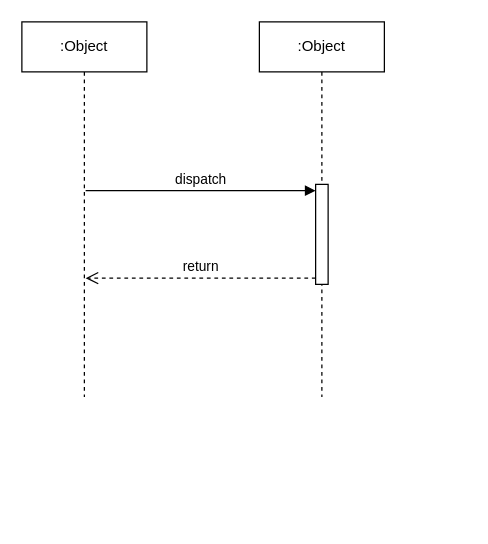
Above: test.drawio in adiligentpiggy/study (draw.io), before the change. Source tidied: cells renumbered, new cells numbered last; positions are measured from the earlier drawing's top-left corner, leaving out a move shared by most shapes. Both pictures are drawn from the tidied source at 125%, with x=0, y=0 at pixel (21, 21).
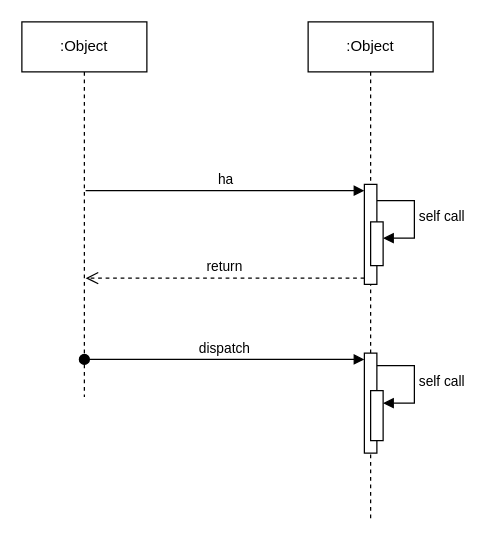
After the change.

Diff of the diagram source:
```diff
@@
 <mxGraphModel>
   <root>
     <mxCell id="0" />
     <mxCell id="1" parent="0" />
     <mxCell id="2" value=":Object" style="shape=umlLifeline;perimeter=lifelinePerimeter;whiteSpace=wrap;html=1;newEdgeStyle={&quot;curved&quot;:0,&quot;rounded&quot;:0};" parent="1" vertex="1">
       <mxGeometry width="100" height="300" as="geometry" />
     </mxCell>
     <mxCell id="3" value=":Object" style="shape=umlLifeline;perimeter=lifelinePerimeter;whiteSpace=wrap;html=1;newEdgeStyle={&quot;curved&quot;:0,&quot;rounded&quot;:0};" parent="1" vertex="1">
-      <mxGeometry x="190" width="100" height="300" as="geometry" />
+      <mxGeometry x="229" width="100" height="400" as="geometry" />
     </mxCell>
-    <mxCell id="4" style="html=1;points=[[0,0,0,0,5],[0,1,0,0,-5],[1,0,0,0,5],[1,1,0,0,-5]];perimeter=orthogonalPerimeter;outlineConnect=0;targetShapes=umlLifeline;portConstraint=eastwest;newEdgeStyle={&quot;curved&quot;:0,&quot;rounded&quot;:0};" parent="1" vertex="1">
-      <mxGeometry x="235" y="130" width="10" height="80" as="geometry" />
-    </mxCell>
+    <mxCell id="7" style="html=1;points=[[0,0,0,0,5],[0,1,0,0,-5],[1,0,0,0,5],[1,1,0,0,-5]];perimeter=orthogonalPerimeter;outlineConnect=0;targetShapes=umlLifeline;portConstraint=eastwest;newEdgeStyle={&quot;curved&quot;:0,&quot;rounded&quot;:0};" parent="3" vertex="1">
+      <mxGeometry x="45" y="265" width="10" height="80" as="geometry" />
+    </mxCell>
+    <mxCell id="8" style="html=1;points=[[0,0,0,0,5],[0,1,0,0,-5],[1,0,0,0,5],[1,1,0,0,-5]];perimeter=orthogonalPerimeter;outlineConnect=0;targetShapes=umlLifeline;portConstraint=eastwest;newEdgeStyle={&quot;curved&quot;:0,&quot;rounded&quot;:0};" parent="3" vertex="1">
+      <mxGeometry x="50" y="295" width="10" height="40" as="geometry" />
+    </mxCell>
+    <mxCell id="9" value="self call" style="html=1;align=left;spacingLeft=2;endArrow=block;rounded=0;edgeStyle=orthogonalEdgeStyle;curved=0;rounded=0;" parent="3" edge="1" target="8">
+      <mxGeometry relative="1" as="geometry">
+        <mxPoint x="55" y="275" as="sourcePoint" />
+        <Array as="points">
+          <mxPoint x="85" y="305" />
+        </Array>
+      </mxGeometry>
+    </mxCell>
+    <mxCell id="10" value="self call" style="html=1;align=left;spacingLeft=2;endArrow=block;rounded=0;edgeStyle=orthogonalEdgeStyle;curved=0;rounded=0;" parent="3" edge="1">
+      <mxGeometry relative="1" as="geometry">
+        <mxPoint x="55" y="143" as="sourcePoint" />
+        <mxPoint x="60" y="173" as="targetPoint" />
+        <Array as="points">
+          <mxPoint x="85" y="173" />
+        </Array>
+      </mxGeometry>
+    </mxCell>
+    <mxCell id="11" style="html=1;perimeter=orthogonalPerimeter;targetShapes=umlLifeline;newEdgeStyle={&quot;curved&quot;:0,&quot;rounded&quot;:0};" parent="3" vertex="1">
+      <mxGeometry x="45" y="130" width="10" height="80" as="geometry" />
+    </mxCell>
+    <mxCell id="12" style="html=1;perimeter=orthogonalPerimeter;targetShapes=umlLifeline;newEdgeStyle={&quot;curved&quot;:0,&quot;rounded&quot;:0};" parent="3" vertex="1">
+      <mxGeometry x="50" y="160" width="10" height="35" as="geometry" />
+    </mxCell>
-    <mxCell id="5" value="dispatch" style="html=1;verticalAlign=bottom;endArrow=block;curved=0;rounded=0;entryX=0;entryY=0;entryDx=0;entryDy=5;" parent="1" edge="1" target="4">
+    <mxCell id="5" value="ha" style="html=1;verticalAlign=bottom;endArrow=block;curved=0;rounded=0;entryX=0;entryY=0;entryDx=0;entryDy=5;" parent="1" edge="1">
       <mxGeometry relative="1" as="geometry">
         <mxPoint x="51" y="135" as="sourcePoint" />
+        <mxPoint x="274" y="135" as="targetPoint" />
       </mxGeometry>
     </mxCell>
-    <mxCell id="6" value="return" style="html=1;verticalAlign=bottom;endArrow=open;dashed=1;endSize=8;curved=0;rounded=0;exitX=0;exitY=1;exitDx=0;exitDy=-5;" parent="1" edge="1" source="4">
+    <mxCell id="6" value="return" style="html=1;verticalAlign=bottom;endArrow=open;dashed=1;endSize=8;curved=0;rounded=0;exitX=0;exitY=1;exitDx=0;exitDy=-5;" parent="1" edge="1">
       <mxGeometry relative="1" as="geometry">
+        <mxPoint x="274" y="205" as="sourcePoint" />
         <mxPoint x="51" y="205" as="targetPoint" />
       </mxGeometry>
     </mxCell>
+    <mxCell id="13" value="dispatch" style="html=1;verticalAlign=bottom;startArrow=oval;endArrow=block;startSize=8;curved=0;rounded=0;entryX=0;entryY=0;entryDx=0;entryDy=5;" parent="1" edge="1" target="7">
+      <mxGeometry relative="1" as="geometry">
+        <mxPoint x="50" y="270" as="sourcePoint" />
+      </mxGeometry>
+    </mxCell>
   </root>
 </mxGraphModel>
```
